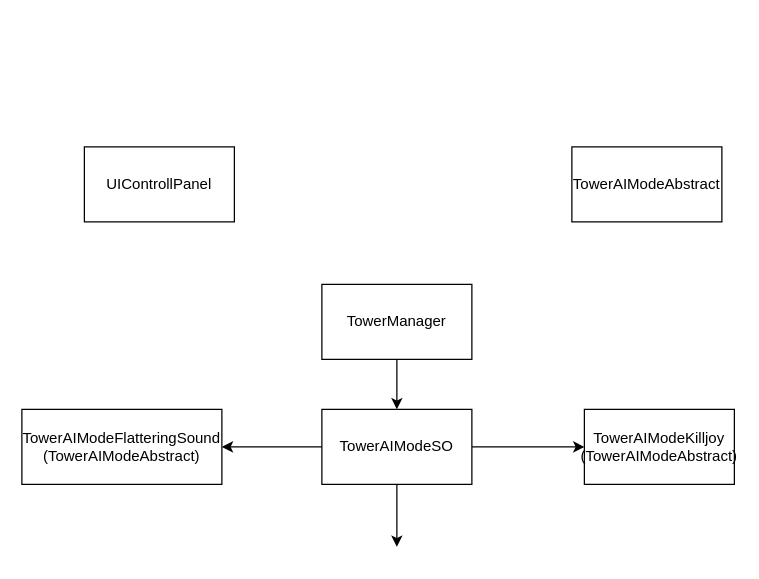
Earlier version of the draw.io diagram TowerClapPlanning.drawio (PrazaVasNeema/Project-Kinetics). Source tidied: cells renumbered, new cells numbered last; positions are measured from the earlier drawing's top-left corner, leaving out a move shared by most shapes. Both pictures are drawn from the tidied source at 125%, with x=0, y=0 at pixel (21, 146).
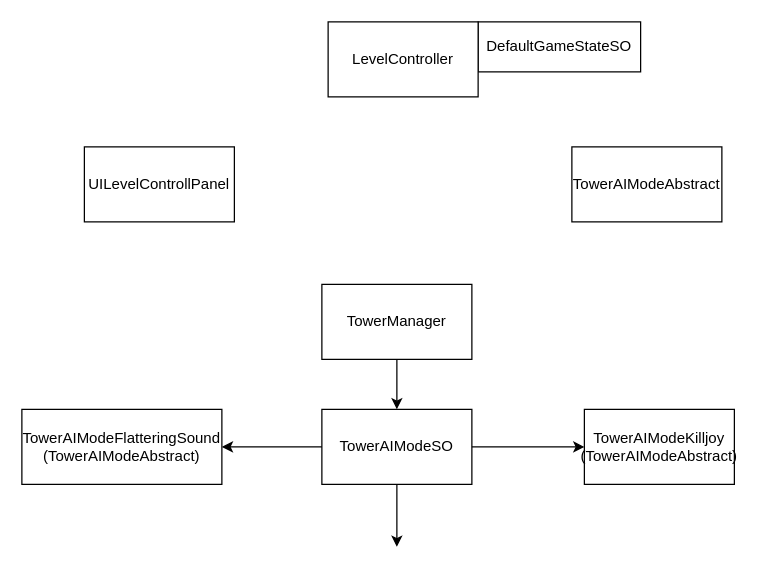
After the change.

Change to the diagram source:
```diff
@@
 <mxGraphModel>
   <root>
     <mxCell id="0" />
     <mxCell id="1" parent="0" />
     <mxCell id="2" style="edgeStyle=orthogonalEdgeStyle;rounded=0;jettySize=auto;html=1;" parent="1" edge="1" source="11">
       <mxGeometry relative="1" as="geometry">
         <mxPoint x="300" y="320" as="targetPoint" />
       </mxGeometry>
     </mxCell>
     <mxCell id="3" value="TowerManager" style="rounded=0;whiteSpace=wrap;html=1;" parent="1" vertex="1">
       <mxGeometry x="240" y="110" width="120" height="60" as="geometry" />
     </mxCell>
     <mxCell id="4" style="endArrow=classic;html=1;rounded=0;entryX=0;entryY=0.5;entryDx=0;entryDy=0;" parent="1" edge="1" target="6">
       <mxGeometry relative="1" as="geometry">
         <mxPoint x="300" y="240" as="sourcePoint" />
       </mxGeometry>
     </mxCell>
     <mxCell id="5" style="endArrow=classic;html=1;rounded=0;entryX=1;entryY=0.5;entryDx=0;entryDy=0;" parent="1" edge="1" target="7">
       <mxGeometry relative="1" as="geometry">
         <mxPoint x="300" y="240" as="sourcePoint" />
       </mxGeometry>
     </mxCell>
     <mxCell id="6" value="TowerAIModeKilljoy&lt;br&gt;(TowerAIModeAbstract)" style="rounded=0;whiteSpace=wrap;html=1;" parent="1" vertex="1">
       <mxGeometry x="450" y="210" width="120" height="60" as="geometry" />
     </mxCell>
     <mxCell id="7" value="TowerAIModeFlatteringSound&lt;br&gt;(TowerAIModeAbstract)" style="rounded=0;whiteSpace=wrap;html=1;" parent="1" vertex="1">
       <mxGeometry y="210" width="160" height="60" as="geometry" />
     </mxCell>
     <mxCell id="8" value="TowerAIModeAbstract" style="rounded=0;whiteSpace=wrap;html=1;" parent="1" vertex="1">
       <mxGeometry x="440" width="120" height="60" as="geometry" />
     </mxCell>
-    <mxCell id="9" value="UIControllPanel" style="rounded=0;whiteSpace=wrap;html=1;" parent="1" vertex="1">
+    <mxCell id="9" value="UILevelControllPanel" style="rounded=0;whiteSpace=wrap;html=1;" parent="1" vertex="1">
       <mxGeometry x="50" width="120" height="60" as="geometry" />
     </mxCell>
     <mxCell id="10" style="edgeStyle=orthogonalEdgeStyle;rounded=0;jettySize=auto;html=1;" parent="1" edge="1" source="3" target="11">
       <mxGeometry relative="1" as="geometry" />
     </mxCell>
     <mxCell id="11" value="TowerAIModeSO" style="rounded=0;whiteSpace=wrap;html=1;" parent="1" vertex="1">
       <mxGeometry x="240" y="210" width="120" height="60" as="geometry" />
     </mxCell>
+    <mxCell id="12" value="DefaultGameStateSO" style="rounded=0;whiteSpace=wrap;html=1;" parent="1" vertex="1">
+      <mxGeometry x="365" y="-100" width="130" height="40" as="geometry" />
+    </mxCell>
+    <mxCell id="13" value="LevelController" style="rounded=0;whiteSpace=wrap;html=1;" parent="1" vertex="1">
+      <mxGeometry x="245" y="-100" width="120" height="60" as="geometry" />
+    </mxCell>
   </root>
 </mxGraphModel>
```
